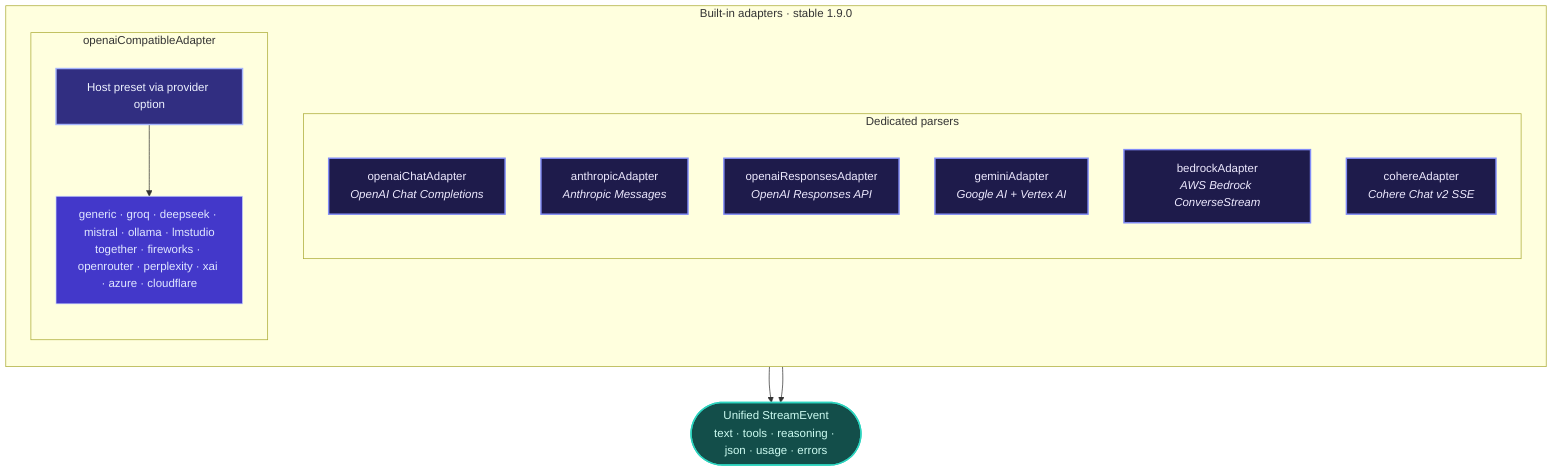
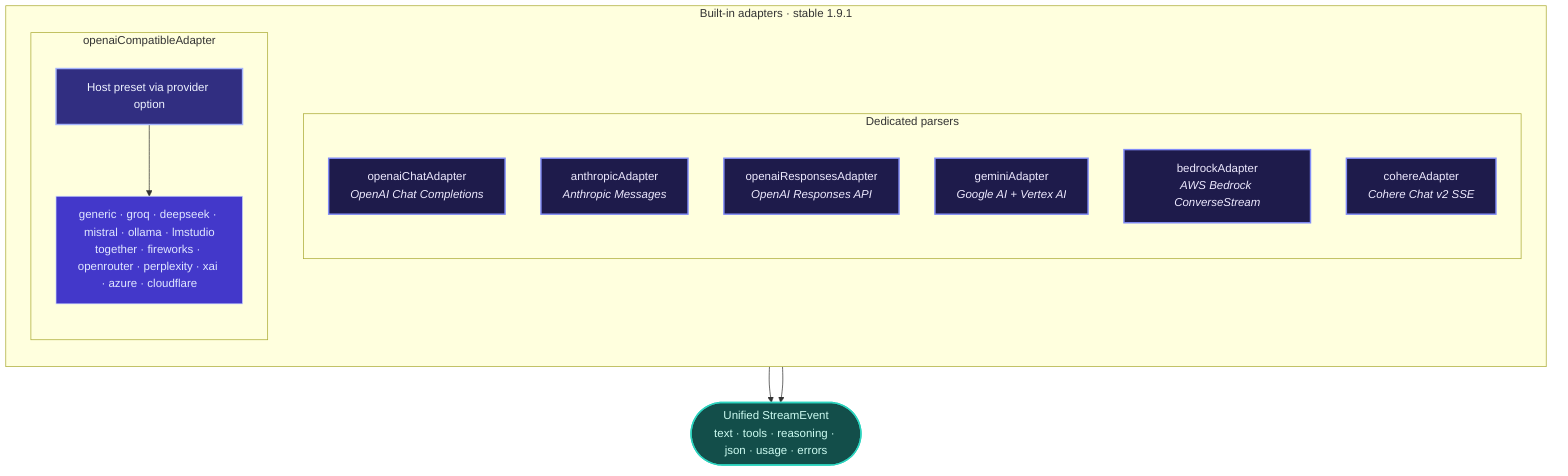
flowchart TB
- 	subgraph BUILTIN["Built-in adapters · stable 1.9.0"]
+ 	subgraph BUILTIN["Built-in adapters · stable 1.9.1"]
		direction TB

		subgraph DEDICATED["Dedicated parsers"]
			direction TB
			AC["openaiChatAdapter<br/><i>OpenAI Chat Completions</i>"]
			AA["anthropicAdapter<br/><i>Anthropic Messages</i>"]
			AR["openaiResponsesAdapter<br/><i>OpenAI Responses API</i>"]
			AG["geminiAdapter<br/><i>Google AI + Vertex AI</i>"]
			AB["bedrockAdapter<br/><i>AWS Bedrock ConverseStream</i>"]
			ACO["cohereAdapter<br/><i>Cohere Chat v2 SSE</i>"]
		end

		subgraph COMPAT["openaiCompatibleAdapter"]
			direction TB
			AO["Host preset via provider option"]
			PRESETS["generic · groq · deepseek · mistral · ollama · lmstudio<br/>together · fireworks · openrouter · perplexity · xai · azure · cloudflare"]
			AO --> PRESETS
		end
	end

	UNIFIED(["Unified StreamEvent<br/>text · tools · reasoning · json · usage · errors"])

	DEDICATED --> UNIFIED
	COMPAT --> UNIFIED

	classDef dedicated fill:#1e1b4b,stroke:#818cf8,stroke-width:2px,color:#ede9fe
	classDef compat fill:#312e81,stroke:#a5b4fc,stroke-width:2px,color:#eef2ff
	classDef presets fill:#4338ca,stroke:#c7d2fe,stroke-width:1px,color:#e0e7ff
	classDef out fill:#134e4a,stroke:#2dd4bf,stroke-width:2px,color:#ccfbf1

	class AC,AA,AR,AG,AB,ACO dedicated
	class AO compat
	class PRESETS presets
	class UNIFIED out
